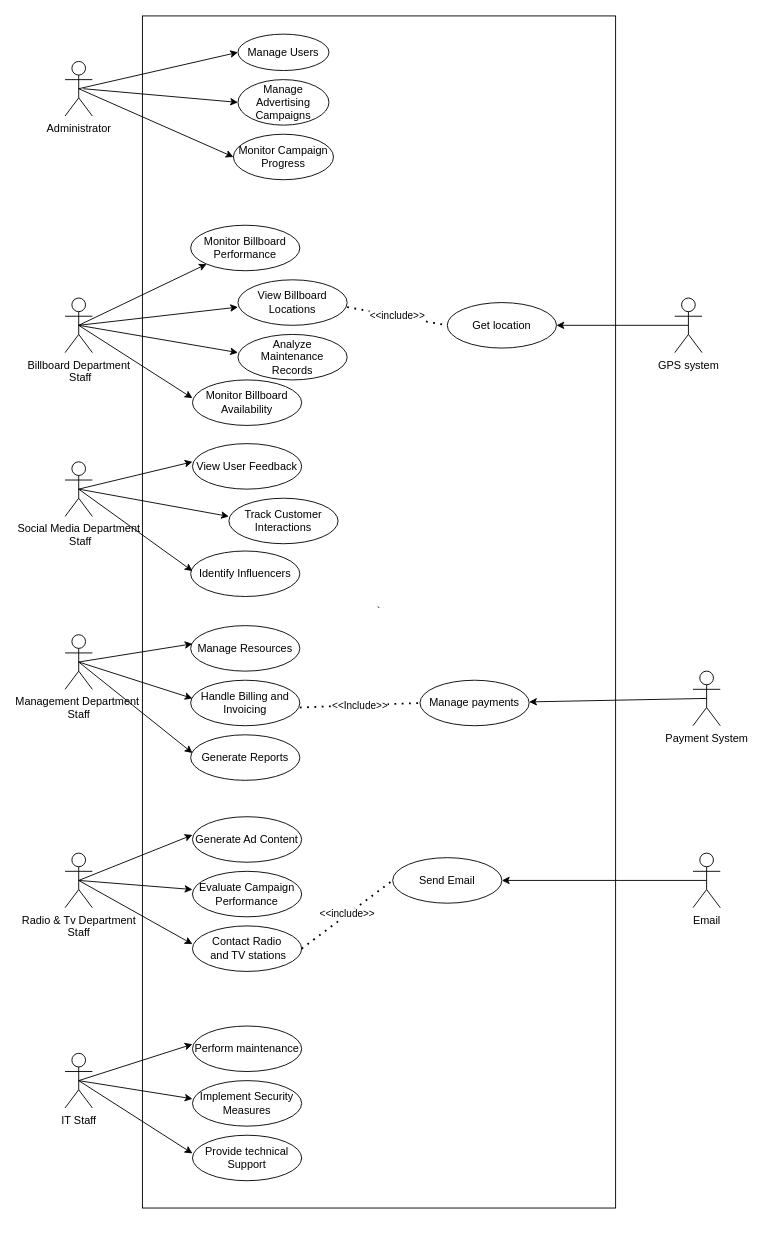
NoorSbeih/Software_p2 keeps this draw.io diagram as Phase2.drawio. Above is the earlier version. Source tidied: cells renumbered, new cells numbered last; positions are measured from the earlier drawing's top-left corner, leaving out a move shared by most shapes. Both pictures are drawn from the tidied source at 91%, with x=0, y=0 at pixel (65, 15).
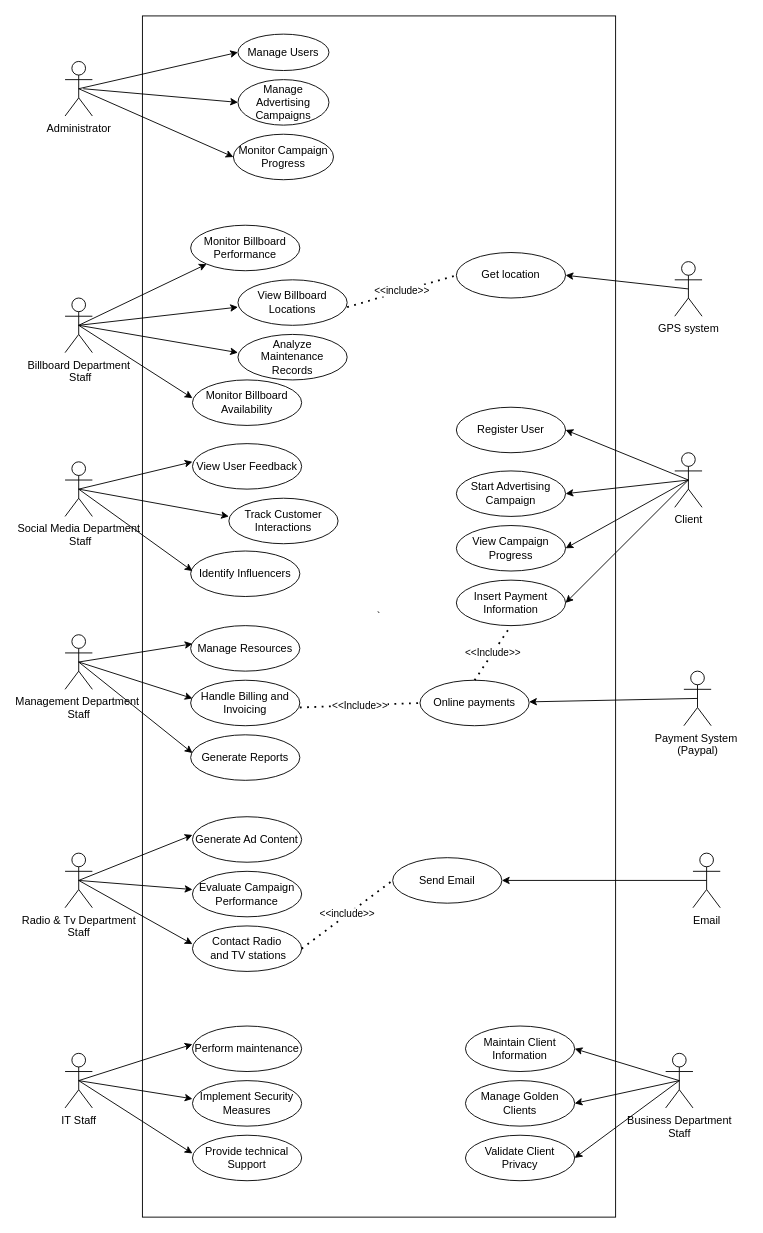
The same diagram, later.

The edit, as a diff of the source:
```diff
@@
     <mxCell id="8" value="`" style="rounded=0;whiteSpace=wrap;labelBackgroundColor=none;" parent="1" vertex="1">
-      <mxGeometry x="85" width="520" height="1310" as="geometry" />
+      <mxGeometry x="85" width="520" height="1320" as="geometry" />
     </mxCell>
@@
     <mxCell id="34" value="Get location&lt;br&gt;" style="ellipse;whiteSpace=wrap;html=1;" parent="1" vertex="1">
-      <mxGeometry x="420" y="315" width="120" height="50" as="geometry" />
+      <mxGeometry x="430" y="260" width="120" height="50" as="geometry" />
     </mxCell>
@@
     <mxCell id="36" value="GPS system&lt;br&gt;" style="shape=umlActor;verticalLabelPosition=bottom;verticalAlign=top;html=1;outlineConnect=0;" parent="1" vertex="1">
-      <mxGeometry x="670" y="310" width="30" height="60" as="geometry" />
+      <mxGeometry x="670" y="270" width="30" height="60" as="geometry" />
     </mxCell>
@@
-    <mxCell id="52" value="Manage payments&lt;br&gt;" style="ellipse;whiteSpace=wrap;html=1;" parent="1" vertex="1">
+    <mxCell id="52" value="Online payments&lt;br&gt;" style="ellipse;whiteSpace=wrap;html=1;" parent="1" vertex="1">
       <mxGeometry x="390" y="730" width="120" height="50" as="geometry" />
     </mxCell>
@@
-    <mxCell id="54" value="Payment System&lt;br&gt;" style="shape=umlActor;verticalLabelPosition=bottom;verticalAlign=top;html=1;outlineConnect=0;" parent="1" vertex="1">
-      <mxGeometry x="690" y="720" width="30" height="60" as="geometry" />
+    <mxCell id="54" value="Payment System&amp;nbsp;&lt;br&gt;(Paypal)" style="shape=umlActor;verticalLabelPosition=bottom;verticalAlign=top;html=1;outlineConnect=0;" parent="1" vertex="1">
+      <mxGeometry x="680" y="720" width="30" height="60" as="geometry" />
     </mxCell>
@@
+    <mxCell id="61" style="edgeStyle=none;rounded=0;jettySize=auto;html=1;exitX=0.5;exitY=0.5;exitDx=0;exitDy=0;exitPerimeter=0;entryX=1;entryY=0.5;entryDx=0;entryDy=0;" parent="1" edge="1" source="64" target="65">
+      <mxGeometry relative="1" as="geometry" />
+    </mxCell>
+    <mxCell id="62" style="edgeStyle=none;rounded=0;jettySize=auto;html=1;exitX=0.5;exitY=0.5;exitDx=0;exitDy=0;exitPerimeter=0;entryX=1;entryY=0.5;entryDx=0;entryDy=0;" parent="1" edge="1" source="64" target="66">
+      <mxGeometry relative="1" as="geometry" />
+    </mxCell>
+    <mxCell id="63" style="edgeStyle=none;rounded=0;jettySize=auto;html=1;exitX=0.5;exitY=0.5;exitDx=0;exitDy=0;exitPerimeter=0;entryX=1;entryY=0.5;entryDx=0;entryDy=0;" parent="1" edge="1" source="64" target="67">
+      <mxGeometry relative="1" as="geometry" />
+    </mxCell>
+    <mxCell id="64" value="Business Department &lt;br&gt;Staff" style="shape=umlActor;verticalLabelPosition=bottom;verticalAlign=top;html=1;outlineConnect=0;" parent="1" vertex="1">
+      <mxGeometry x="660" y="1140" width="30" height="60" as="geometry" />
+    </mxCell>
+    <mxCell id="65" value="Maintain Client Information" style="ellipse;whiteSpace=wrap;html=1;" parent="1" vertex="1">
+      <mxGeometry x="440" y="1110" width="120" height="50" as="geometry" />
+    </mxCell>
+    <mxCell id="66" value="Manage Golden Clients" style="ellipse;whiteSpace=wrap;html=1;" parent="1" vertex="1">
+      <mxGeometry x="440" y="1170" width="120" height="50" as="geometry" />
+    </mxCell>
+    <mxCell id="67" value="Validate Client Privacy" style="ellipse;whiteSpace=wrap;html=1;" parent="1" vertex="1">
+      <mxGeometry x="440" y="1230" width="120" height="50" as="geometry" />
+    </mxCell>
+    <mxCell id="68" style="edgeStyle=none;rounded=0;jettySize=auto;html=1;exitX=0.5;exitY=0.5;exitDx=0;exitDy=0;exitPerimeter=0;entryX=1;entryY=0.5;entryDx=0;entryDy=0;" parent="1" edge="1" source="72" target="73">
+      <mxGeometry relative="1" as="geometry" />
+    </mxCell>
+    <mxCell id="69" style="edgeStyle=none;rounded=0;jettySize=auto;html=1;exitX=0.5;exitY=0.5;exitDx=0;exitDy=0;exitPerimeter=0;entryX=1;entryY=0.5;entryDx=0;entryDy=0;" parent="1" edge="1" source="72" target="74">
+      <mxGeometry relative="1" as="geometry" />
+    </mxCell>
+    <mxCell id="70" style="edgeStyle=none;rounded=0;jettySize=auto;html=1;exitX=0.5;exitY=0.5;exitDx=0;exitDy=0;exitPerimeter=0;entryX=1;entryY=0.5;entryDx=0;entryDy=0;" parent="1" edge="1" source="72" target="75">
+      <mxGeometry relative="1" as="geometry" />
+    </mxCell>
+    <mxCell id="71" style="edgeStyle=none;rounded=0;jettySize=auto;html=1;exitX=0.5;exitY=0.5;exitDx=0;exitDy=0;exitPerimeter=0;entryX=1;entryY=0.5;entryDx=0;entryDy=0;" parent="1" edge="1" source="72" target="76">
+      <mxGeometry relative="1" as="geometry" />
+    </mxCell>
+    <mxCell id="72" value="Client" style="shape=umlActor;verticalLabelPosition=bottom;verticalAlign=top;html=1;outlineConnect=0;" parent="1" vertex="1">
+      <mxGeometry x="670" y="480" width="30" height="60" as="geometry" />
+    </mxCell>
+    <mxCell id="73" value="Register User&lt;br&gt;" style="ellipse;whiteSpace=wrap;html=1;" parent="1" vertex="1">
+      <mxGeometry x="430" y="430" width="120" height="50" as="geometry" />
+    </mxCell>
+    <mxCell id="74" value="Start Advertising Campaign" style="ellipse;whiteSpace=wrap;html=1;" parent="1" vertex="1">
+      <mxGeometry x="430" y="500" width="120" height="50" as="geometry" />
+    </mxCell>
+    <mxCell id="75" value="Insert Payment Information" style="ellipse;whiteSpace=wrap;html=1;" parent="1" vertex="1">
+      <mxGeometry x="430" y="620" width="120" height="50" as="geometry" />
+    </mxCell>
+    <mxCell id="76" value="View Campaign Progress" style="ellipse;whiteSpace=wrap;html=1;" parent="1" vertex="1">
+      <mxGeometry x="430" y="560" width="120" height="50" as="geometry" />
+    </mxCell>
+    <mxCell id="77" value="&amp;lt;&amp;lt;Include&amp;gt;&amp;gt;" style="endArrow=none;dashed=1;html=1;dashPattern=1 3;strokeWidth=2;rounded=0;entryX=0.5;entryY=1;entryDx=0;entryDy=0;exitX=0.5;exitY=0;exitDx=0;exitDy=0;" parent="1" edge="1" source="52" target="75">
+      <mxGeometry relative="1" as="geometry" />
+    </mxCell>
```
